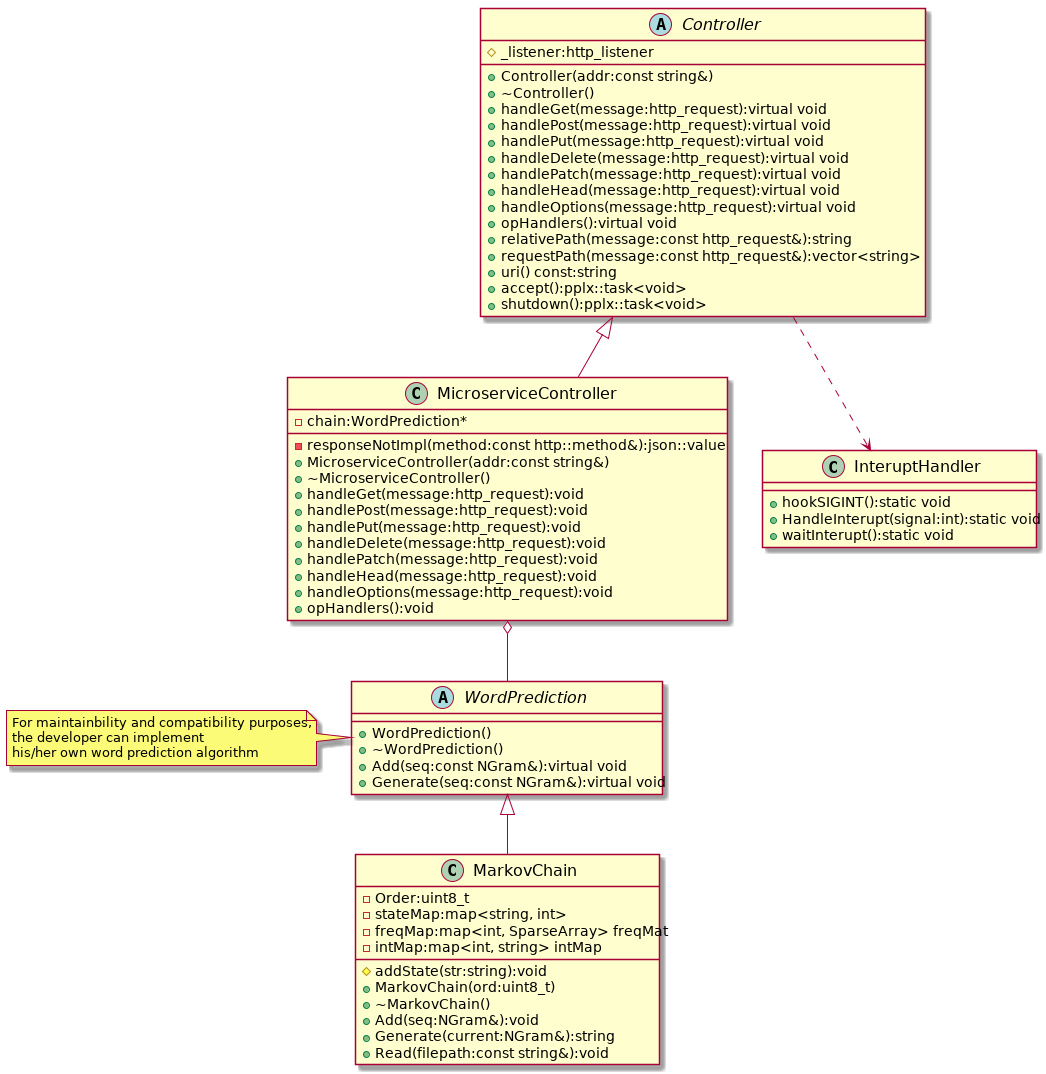
The PlantUML diagram out/markovplay/markov_playground.png in afairon/markov-cpp-playground, before a commit.
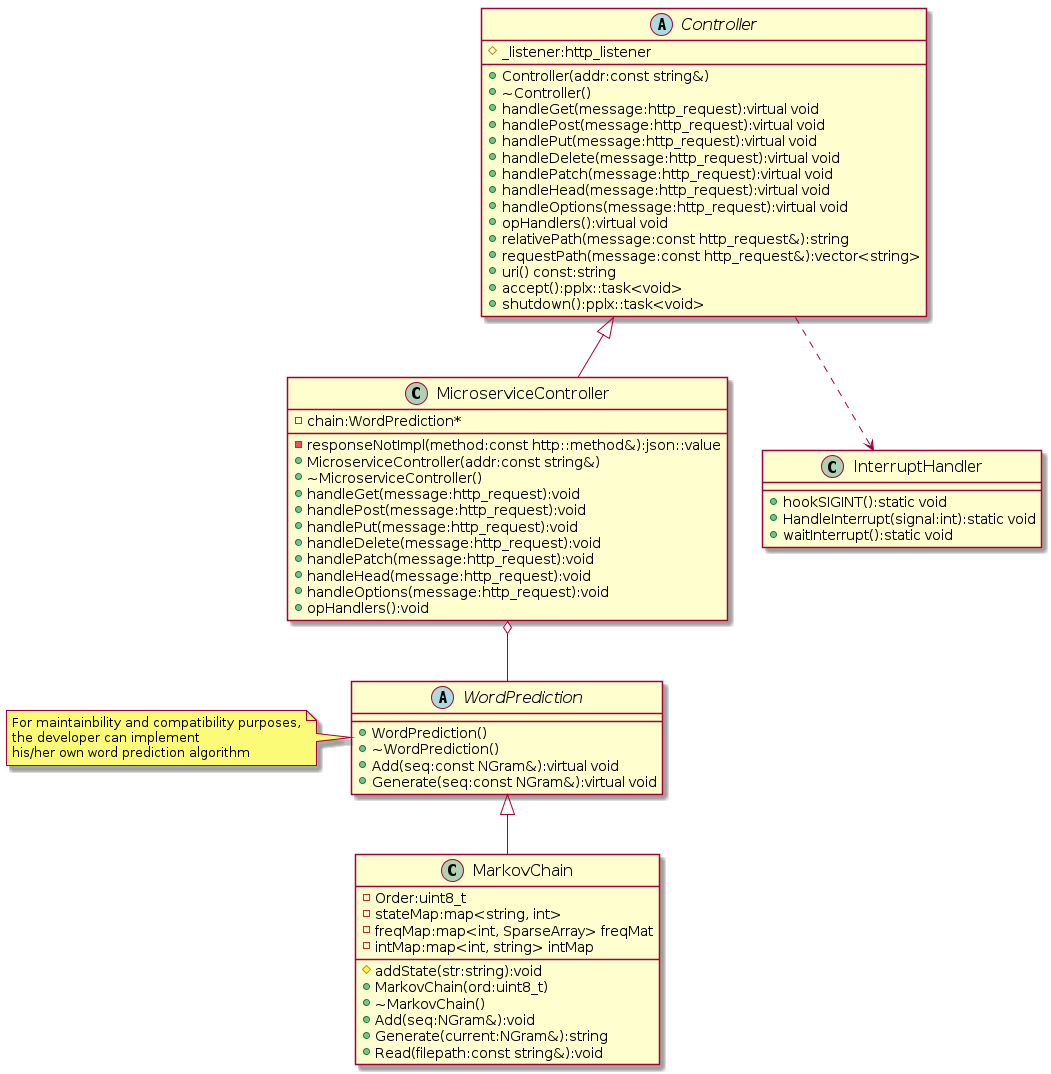
Above is the later version.

Change to the diagram source:
```diff
@@ -37,14 +37,14 @@
     +opHandlers():void
 }
 
-class InteruptHandler {
+class InterruptHandler {
     +hookSIGINT():static void
-    +HandleInterupt(signal:int):static void
-    +waitInterupt():static void
+    +HandleInterrupt(signal:int):static void
+    +waitInterrupt():static void
 }
 
 Controller <|-- MicroserviceController
-Controller ..> InteruptHandler
+Controller ..> InterruptHandler
 
 abstract class WordPrediction {
     +WordPrediction()
```
